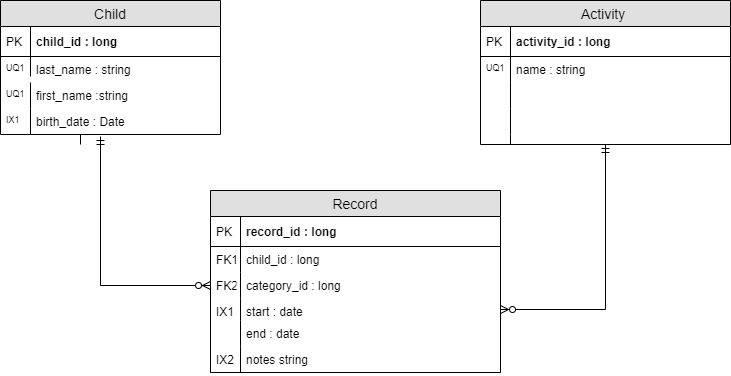
The draw.io diagram docs/nursery_notes_erd.png in mgraham21/nursery-notes, before a commit. Source tidied: cells renumbered, new cells last; positions are measured from the earlier drawing's top-left corner, leaving out a move shared by most shapes.
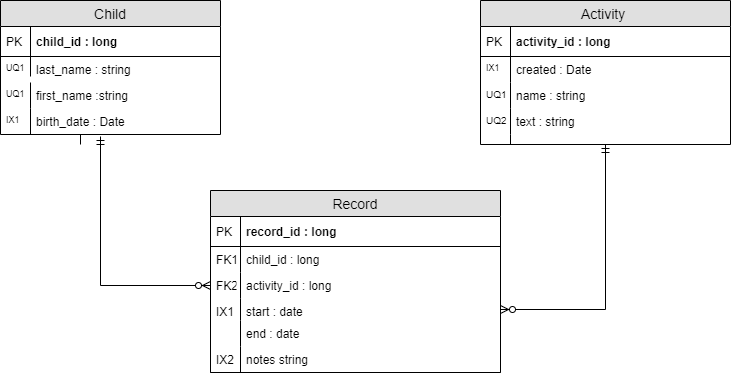
Later version of the same file.

The edit, as a diff of the source:
```diff
@@ -41,22 +41,22 @@
     <mxCell id="14" value="PK" style="shape=partialRectangle;top=0;left=0;bottom=0;fillColor=none;align=left;verticalAlign=middle;spacingLeft=4;spacingRight=4;overflow=hidden;fontSize=12;" parent="13" vertex="1">
       <mxGeometry width="30" height="30" as="geometry" />
     </mxCell>
-    <mxCell id="15" value="name : string" style="shape=partialRectangle;top=0;left=0;right=0;bottom=0;align=left;verticalAlign=top;fillColor=none;spacingLeft=34;spacingRight=4;overflow=hidden;fontSize=12;" parent="12" vertex="1">
+    <mxCell id="15" value="created : Date" style="shape=partialRectangle;top=0;left=0;right=0;bottom=0;align=left;verticalAlign=top;fillColor=none;spacingLeft=34;spacingRight=4;overflow=hidden;fontSize=12;" parent="12" vertex="1">
       <mxGeometry y="56" width="250" height="26" as="geometry" />
     </mxCell>
-    <mxCell id="16" value="UQ1" style="shape=partialRectangle;top=0;left=0;bottom=0;fillColor=none;align=left;verticalAlign=top;spacingLeft=4;spacingRight=4;overflow=hidden;fontSize=9;" parent="15" vertex="1">
+    <mxCell id="16" value="IX1" style="shape=partialRectangle;top=0;left=0;bottom=0;fillColor=none;align=left;verticalAlign=top;spacingLeft=4;spacingRight=4;overflow=hidden;fontSize=9;" parent="15" vertex="1">
       <mxGeometry width="30" height="26" as="geometry" />
     </mxCell>
-    <mxCell id="17" style="shape=partialRectangle;top=0;left=0;right=0;bottom=0;align=left;verticalAlign=top;fillColor=none;spacingLeft=34;spacingRight=4;overflow=hidden;fontSize=12;" parent="12" vertex="1">
+    <mxCell id="17" value="name : string" style="shape=partialRectangle;top=0;left=0;right=0;bottom=0;align=left;verticalAlign=top;fillColor=none;spacingLeft=34;spacingRight=4;overflow=hidden;fontSize=12;" parent="12" vertex="1">
       <mxGeometry y="82" width="250" height="26" as="geometry" />
     </mxCell>
-    <mxCell id="18" style="shape=partialRectangle;top=0;left=0;bottom=0;fillColor=none;align=left;verticalAlign=top;spacingLeft=4;spacingRight=4;overflow=hidden;fontSize=12;" parent="17" vertex="1">
+    <mxCell id="18" value="UQ1" style="shape=partialRectangle;top=0;left=0;bottom=0;fillColor=none;align=left;verticalAlign=top;spacingLeft=4;spacingRight=4;overflow=hidden;fontSize=10;" parent="17" vertex="1">
       <mxGeometry width="30" height="26" as="geometry" />
     </mxCell>
-    <mxCell id="19" style="shape=partialRectangle;top=0;left=0;right=0;bottom=0;align=left;verticalAlign=top;fillColor=none;spacingLeft=34;spacingRight=4;overflow=hidden;fontSize=12;" parent="12" vertex="1">
+    <mxCell id="19" value="text : string" style="shape=partialRectangle;top=0;left=0;right=0;bottom=0;align=left;verticalAlign=top;fillColor=none;spacingLeft=34;spacingRight=4;overflow=hidden;fontSize=12;" parent="12" vertex="1">
       <mxGeometry y="108" width="250" height="26" as="geometry" />
     </mxCell>
-    <mxCell id="20" style="shape=partialRectangle;top=0;left=0;bottom=0;fillColor=none;align=left;verticalAlign=top;spacingLeft=4;spacingRight=4;overflow=hidden;fontSize=12;" parent="19" vertex="1">
+    <mxCell id="20" value="UQ2" style="shape=partialRectangle;top=0;left=0;bottom=0;fillColor=none;align=left;verticalAlign=top;spacingLeft=4;spacingRight=4;overflow=hidden;fontSize=10;" parent="19" vertex="1">
       <mxGeometry width="30" height="26" as="geometry" />
     </mxCell>
     <mxCell id="21" style="shape=partialRectangle;top=0;left=0;right=0;bottom=0;align=left;verticalAlign=top;fillColor=none;spacingLeft=34;spacingRight=4;overflow=hidden;fontSize=12;" parent="12" vertex="1">
@@ -80,7 +80,7 @@
     <mxCell id="27" value="FK1" style="shape=partialRectangle;top=0;left=0;bottom=0;fillColor=none;align=left;verticalAlign=top;spacingLeft=4;spacingRight=4;overflow=hidden;fontSize=12;" parent="26" vertex="1">
       <mxGeometry width="30" height="26" as="geometry" />
     </mxCell>
-    <mxCell id="28" value="category_id : long" style="shape=partialRectangle;top=0;left=0;right=0;bottom=0;align=left;verticalAlign=top;fillColor=none;spacingLeft=34;spacingRight=4;overflow=hidden;points=[[0,0.5],[1,0.5]];portConstraint=eastwest;fontSize=12;" parent="23" vertex="1">
+    <mxCell id="28" value="activity_id : long" style="shape=partialRectangle;top=0;left=0;right=0;bottom=0;align=left;verticalAlign=top;fillColor=none;spacingLeft=34;spacingRight=4;overflow=hidden;points=[[0,0.5],[1,0.5]];portConstraint=eastwest;fontSize=12;" parent="23" vertex="1">
       <mxGeometry y="82" width="290" height="26" as="geometry" />
     </mxCell>
     <mxCell id="29" value="FK2" style="shape=partialRectangle;top=0;left=0;bottom=0;fillColor=none;align=left;verticalAlign=top;spacingLeft=4;spacingRight=4;overflow=hidden;fontSize=12;" parent="28" vertex="1">
```
